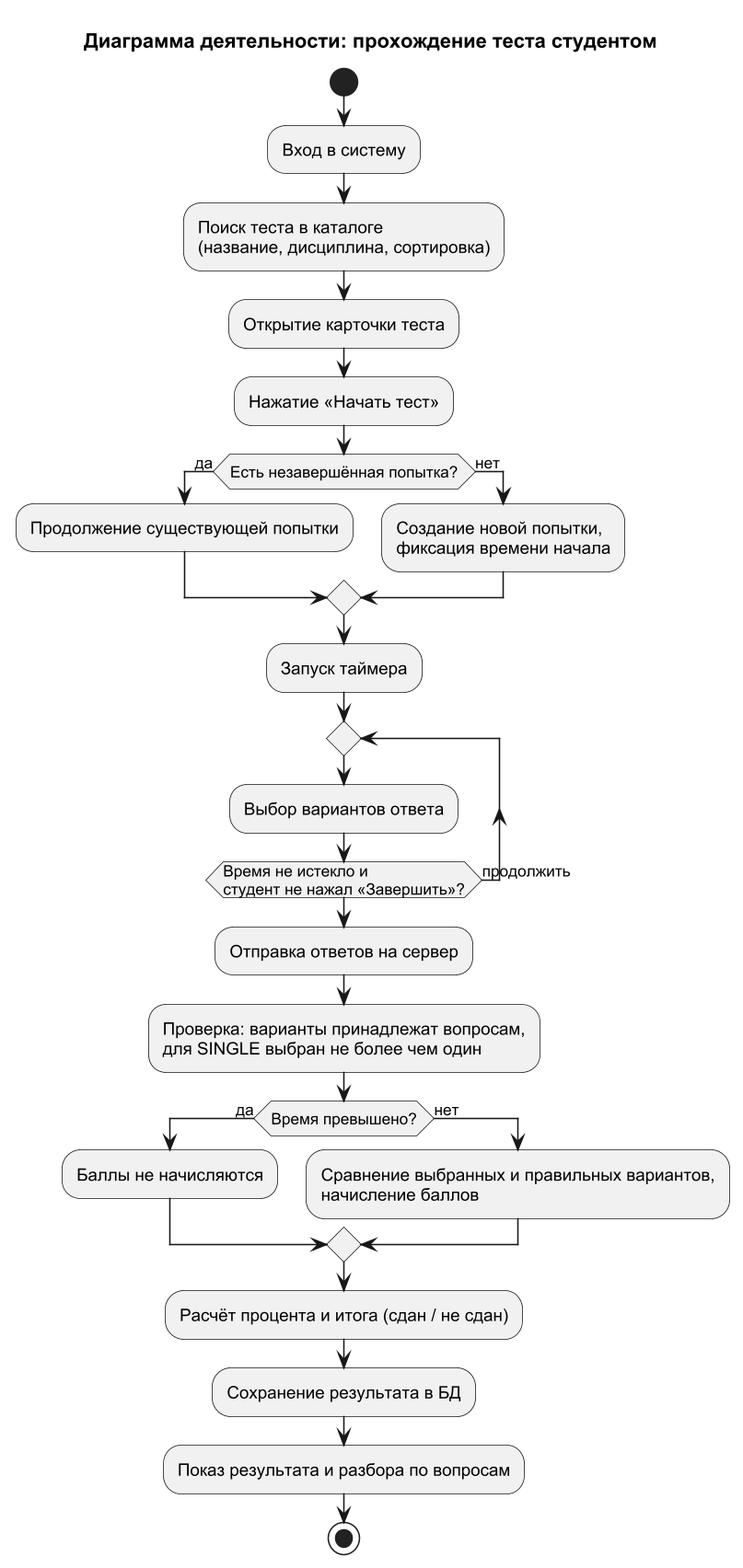
Before: docs/diagrams/activity.png, a diagram exported from PlantUML (ChibryakovT/student-testing-system). Its diagram source:
```plantuml
@startuml activity
skinparamlocked dpi 150
skinparam defaultFontName Arial
title Диаграмма деятельности: прохождение теста студентом

start
:Вход в систему;
:Поиск теста в каталоге\n(название, дисциплина, сортировка);
:Открытие карточки теста;
:Нажатие «Начать тест»;
if (Есть незавершённая попытка?) then (да)
  :Продолжение существующей попытки;
else (нет)
  :Создание новой попытки,\nфиксация времени начала;
endif
:Запуск таймера;
repeat
  :Выбор вариантов ответа;
repeat while (Время не истекло и\nстудент не нажал «Завершить»?) is (продолжить)
:Отправка ответов на сервер;
:Проверка: варианты принадлежат вопросам,\nдля SINGLE выбран не более чем один;
if (Время превышено?) then (да)
  :Баллы не начисляются;
else (нет)
  :Сравнение выбранных и правильных вариантов,\nначисление баллов;
endif
:Расчёт процента и итога (сдан / не сдан);
:Сохранение результата в БД;
:Показ результата и разбора по вопросам;
stop
@enduml
```
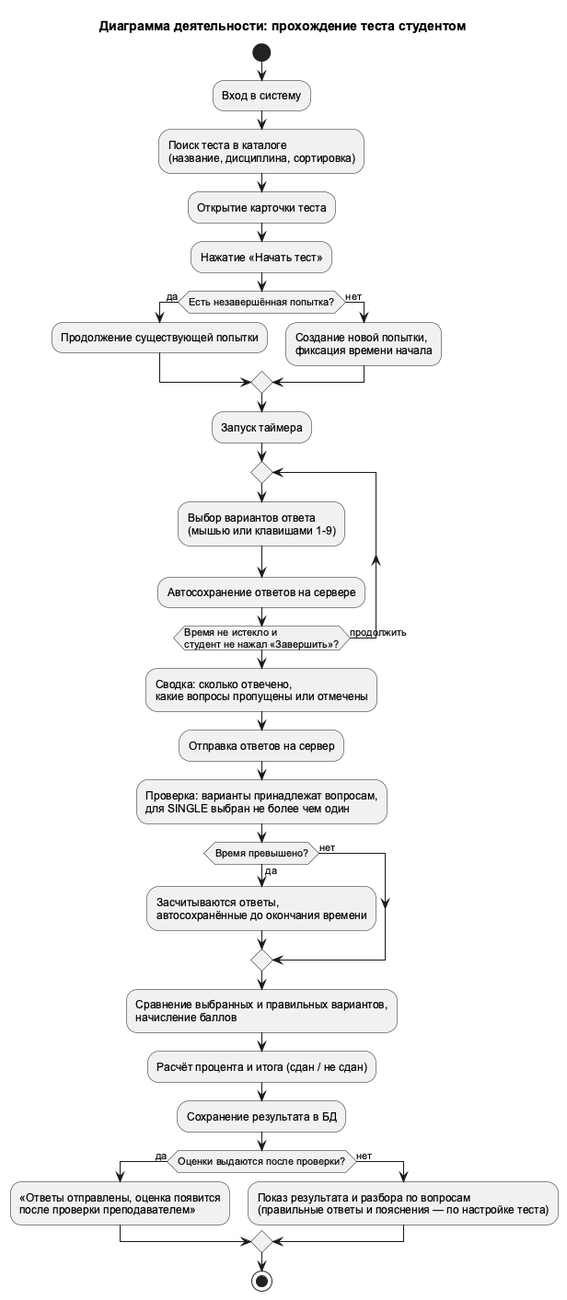
After the change.

Commit message:
Схемы и README под текущую версию: автосохранение, пояснения, публикация оценок, качество вопросов

The edit, as a diff of the source:
```diff
@@ -1,5 +1,4 @@
 @startuml activity
-skinparamlocked dpi 150
 skinparam defaultFontName Arial
 title Диаграмма деятельности: прохождение теста студентом
 
@@ -15,17 +14,23 @@
 endif
 :Запуск таймера;
 repeat
-  :Выбор вариантов ответа;
+  :Выбор вариантов ответа\n(мышью или клавишами 1-9);
+  :Автосохранение ответов на сервере;
 repeat while (Время не истекло и\nстудент не нажал «Завершить»?) is (продолжить)
+:Сводка: сколько отвечено,\nкакие вопросы пропущены или отмечены;
 :Отправка ответов на сервер;
 :Проверка: варианты принадлежат вопросам,\nдля SINGLE выбран не более чем один;
 if (Время превышено?) then (да)
-  :Баллы не начисляются;
+  :Засчитываются ответы,\nавтосохранённые до окончания времени;
 else (нет)
-  :Сравнение выбранных и правильных вариантов,\nначисление баллов;
 endif
+:Сравнение выбранных и правильных вариантов,\nначисление баллов;
 :Расчёт процента и итога (сдан / не сдан);
 :Сохранение результата в БД;
-:Показ результата и разбора по вопросам;
+if (Оценки выдаются после проверки?) then (да)
+  :«Ответы отправлены, оценка появится\nпосле проверки преподавателем»;
+else (нет)
+  :Показ результата и разбора по вопросам\n(правильные ответы и пояснения — по настройке теста);
+endif
 stop
 @enduml
```
